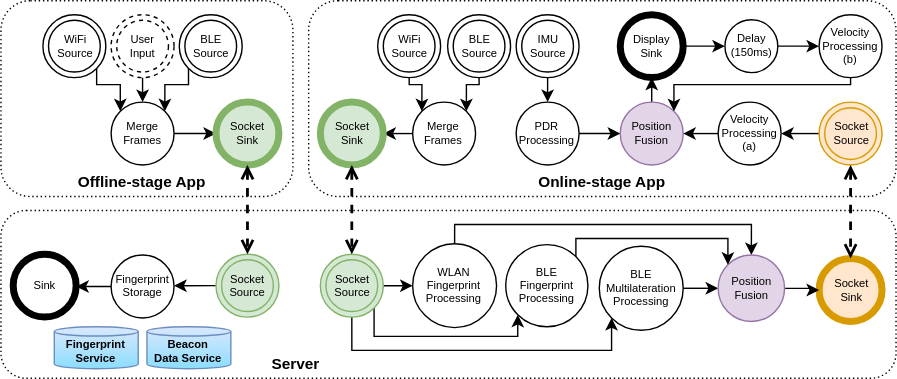
Above: slides/ipin2021/images/model.svg in OpenHPS/openhps.org (draw.io), before the change. Source tidied: cells renumbered, new cells last; positions are measured from the earlier drawing's top-left corner, leaving out a move shared by most shapes.
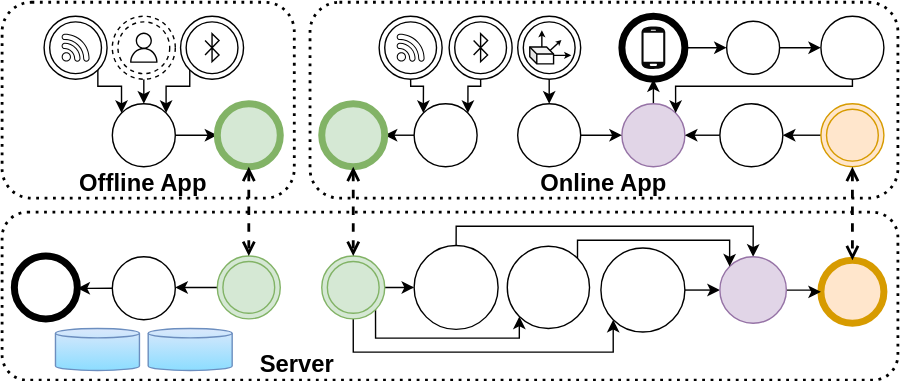
Above is the later version.

Diff of the diagram source:
```diff
@@ -4,12 +4,12 @@
     <mxCell id="1" parent="0" />
-    <mxCell id="2" style="rounded=1;whiteSpace=wrap;html=1;fontSize=8;dashed=1;fillColor=none;dashPattern=1 2;" parent="1" vertex="1">
+    <mxCell id="2" style="rounded=1;whiteSpace=wrap;html=1;fontSize=8;dashed=1;fillColor=none;dashPattern=1 2;strokeWidth=2;" parent="1" vertex="1">
       <mxGeometry y="150" width="640" height="120" as="geometry" />
     </mxCell>
-    <mxCell id="3" style="rounded=1;whiteSpace=wrap;html=1;fontSize=8;dashed=1;fillColor=none;dashPattern=1 2;" parent="1" vertex="1">
+    <mxCell id="3" style="rounded=1;whiteSpace=wrap;html=1;fontSize=8;dashed=1;fillColor=none;dashPattern=1 2;strokeWidth=2;" parent="1" vertex="1">
       <mxGeometry x="220" width="420" height="140" as="geometry" />
     </mxCell>
-    <mxCell id="4" style="rounded=1;whiteSpace=wrap;html=1;fontSize=8;dashed=1;fillColor=none;dashPattern=1 2;" parent="1" vertex="1">
+    <mxCell id="4" style="rounded=1;whiteSpace=wrap;html=1;fontSize=8;dashed=1;fillColor=none;dashPattern=1 2;strokeWidth=2;" parent="1" vertex="1">
       <mxGeometry width="208.8" height="140" as="geometry" />
     </mxCell>
-    <mxCell id="5" value="Socket&lt;br style=&quot;font-size: 8px;&quot;&gt;Sink" style="shape=ellipse;html=1;dashed=0;whitespace=wrap;strokeWidth=5;perimeter=ellipsePerimeter;fontSize=8;fillColor=#ffe6cc;strokeColor=#d79b00;" parent="1" vertex="1">
+    <mxCell id="5" style="shape=ellipse;html=1;dashed=0;whitespace=wrap;strokeWidth=5;perimeter=ellipsePerimeter;fontSize=8;fillColor=#ffe6cc;strokeColor=#d79b00;" parent="1" vertex="1">
       <mxGeometry x="585" y="184.4" width="45" height="45" as="geometry" />
@@ -19,3 +19,3 @@
     </mxCell>
-    <mxCell id="7" value="Socket&lt;br style=&quot;font-size: 8px;&quot;&gt;Source" style="ellipse;shape=doubleEllipse;html=1;dashed=0;whitespace=wrap;fontSize=8;fillColor=#d5e8d4;strokeColor=#82b366;" parent="1" vertex="1">
+    <mxCell id="7" style="ellipse;shape=doubleEllipse;html=1;dashed=0;whitespace=wrap;fontSize=8;fillColor=#d5e8d4;strokeColor=#82b366;" parent="1" vertex="1">
       <mxGeometry x="153.8" y="181.2" width="45" height="45" as="geometry" />
@@ -41,3 +41,3 @@
     </mxCell>
-    <mxCell id="11" value="Socket&lt;br style=&quot;font-size: 8px;&quot;&gt;Source" style="ellipse;shape=doubleEllipse;html=1;dashed=0;whitespace=wrap;fontSize=8;fillColor=#d5e8d4;strokeColor=#82b366;" parent="1" vertex="1">
+    <mxCell id="11" style="ellipse;shape=doubleEllipse;html=1;dashed=0;whitespace=wrap;fontSize=8;fillColor=#d5e8d4;strokeColor=#82b366;" parent="1" vertex="1">
       <mxGeometry x="228.4" y="181.2" width="45" height="45" as="geometry" />
@@ -47,3 +47,3 @@
     </mxCell>
-    <mxCell id="13" value="IMU&lt;br style=&quot;font-size: 8px;&quot;&gt;Source" style="ellipse;shape=doubleEllipse;html=1;dashed=0;whitespace=wrap;fontSize=8;" parent="1" vertex="1">
+    <mxCell id="13" style="ellipse;shape=doubleEllipse;html=1;dashed=0;whitespace=wrap;fontSize=11;" parent="1" vertex="1">
       <mxGeometry x="368.4" y="10" width="45" height="45" as="geometry" />
@@ -58,3 +58,3 @@
     </mxCell>
-    <mxCell id="15" value="WiFi&lt;br style=&quot;font-size: 8px;&quot;&gt;Source" style="ellipse;shape=doubleEllipse;html=1;dashed=0;whitespace=wrap;fontSize=8;" parent="1" vertex="1">
+    <mxCell id="15" style="ellipse;shape=doubleEllipse;html=1;dashed=0;whitespace=wrap;fontSize=11;" parent="1" vertex="1">
       <mxGeometry x="30" y="10" width="45" height="45" as="geometry" />
@@ -69,3 +69,3 @@
     </mxCell>
-    <mxCell id="17" value="BLE&lt;br style=&quot;font-size: 8px;&quot;&gt;Source" style="ellipse;shape=doubleEllipse;html=1;dashed=0;whitespace=wrap;fontSize=8;" parent="1" vertex="1">
+    <mxCell id="17" style="ellipse;shape=doubleEllipse;html=1;dashed=0;whitespace=wrap;fontSize=11;" parent="1" vertex="1">
       <mxGeometry x="127.5" y="10" width="45" height="45" as="geometry" />
@@ -75,6 +75,6 @@
     </mxCell>
-    <mxCell id="19" value="&lt;font style=&quot;font-size: 8px;&quot;&gt;Merge&lt;br style=&quot;font-size: 8px;&quot;&gt;Frames&lt;br style=&quot;font-size: 8px;&quot;&gt;&lt;/font&gt;" style="ellipse;whiteSpace=wrap;html=1;fontSize=8;" parent="1" vertex="1">
+    <mxCell id="19" value="&lt;font style=&quot;font-size: 8px&quot;&gt;&lt;br style=&quot;font-size: 8px&quot;&gt;&lt;/font&gt;" style="ellipse;whiteSpace=wrap;html=1;fontSize=8;" parent="1" vertex="1">
       <mxGeometry x="78.8" y="72.5" width="45" height="45" as="geometry" />
     </mxCell>
-    <mxCell id="20" value="Socket&lt;br style=&quot;font-size: 8px;&quot;&gt;Sink" style="shape=ellipse;html=1;dashed=0;whitespace=wrap;strokeWidth=5;perimeter=ellipsePerimeter;fontSize=8;fillColor=#d5e8d4;strokeColor=#82b366;" parent="1" vertex="1">
+    <mxCell id="20" style="shape=ellipse;html=1;dashed=0;whitespace=wrap;strokeWidth=5;perimeter=ellipsePerimeter;fontSize=8;fillColor=#d5e8d4;strokeColor=#82b366;" parent="1" vertex="1">
       <mxGeometry x="153.8" y="72.5" width="45" height="45" as="geometry" />
@@ -87,9 +87,9 @@
     </mxCell>
-    <mxCell id="23" value="&lt;font style=&quot;font-size: 8px;&quot;&gt;Fingerprint&lt;br style=&quot;font-size: 8px;&quot;&gt;Storage&lt;br style=&quot;font-size: 8px;&quot;&gt;&lt;/font&gt;" style="ellipse;whiteSpace=wrap;html=1;fontSize=8;" parent="1" vertex="1">
+    <mxCell id="23" value="&lt;font style=&quot;font-size: 8px&quot;&gt;&lt;br style=&quot;font-size: 8px&quot;&gt;&lt;/font&gt;" style="ellipse;whiteSpace=wrap;html=1;fontSize=8;" parent="1" vertex="1">
       <mxGeometry x="78.8" y="181.9" width="45" height="45" as="geometry" />
     </mxCell>
-    <mxCell id="24" value="Fingerprint&lt;br style=&quot;font-size: 8px;&quot;&gt;Service" style="shape=cylinder3;whiteSpace=wrap;html=1;boundedLbl=1;backgroundOutline=1;size=3.333343505859375;fontSize=8;strokeColor=#6c8ebf;fontStyle=1;fillColor=#DAE8FC;gradientColor=#8CDDFF;" parent="1" vertex="1">
+    <mxCell id="24" style="shape=cylinder3;whiteSpace=wrap;html=1;boundedLbl=1;backgroundOutline=1;size=3.333343505859375;fontSize=8;strokeColor=#6c8ebf;fontStyle=1;fillColor=#DAE8FC;gradientColor=#8CDDFF;" parent="1" vertex="1">
       <mxGeometry x="38.1" y="233.1" width="60" height="30" as="geometry" />
     </mxCell>
-    <mxCell id="25" value="Sink" style="shape=ellipse;html=1;dashed=0;whitespace=wrap;strokeWidth=5;perimeter=ellipsePerimeter;fontSize=8;" parent="1" vertex="1">
+    <mxCell id="25" style="shape=ellipse;html=1;dashed=0;whitespace=wrap;strokeWidth=5;perimeter=ellipsePerimeter;fontSize=8;" parent="1" vertex="1">
       <mxGeometry x="8.8" y="181.2" width="45" height="45" as="geometry" />
@@ -99,3 +99,3 @@
     </mxCell>
-    <mxCell id="27" value="User&lt;br style=&quot;font-size: 8px;&quot;&gt;Input" style="ellipse;shape=doubleEllipse;html=1;dashed=1;whitespace=wrap;fontSize=8;" parent="1" vertex="1">
+    <mxCell id="27" style="ellipse;shape=doubleEllipse;html=1;dashed=1;whitespace=wrap;fontSize=11;" parent="1" vertex="1">
       <mxGeometry x="78.8" y="10" width="45" height="45" as="geometry" />
@@ -105,3 +105,3 @@
     </mxCell>
-    <mxCell id="29" value="Socket&lt;br style=&quot;font-size: 8px;&quot;&gt;Source" style="ellipse;shape=doubleEllipse;html=1;dashed=0;whitespace=wrap;fontSize=8;fillColor=#ffe6cc;strokeColor=#d79b00;" parent="1" vertex="1">
+    <mxCell id="29" style="ellipse;shape=doubleEllipse;html=1;dashed=0;whitespace=wrap;fontSize=8;fillColor=#ffe6cc;strokeColor=#d79b00;" parent="1" vertex="1">
       <mxGeometry x="585" y="72.5" width="45" height="45" as="geometry" />
@@ -111,3 +111,3 @@
     </mxCell>
-    <mxCell id="31" value="&lt;font style=&quot;font-size: 8px;&quot;&gt;Position&lt;br style=&quot;font-size: 8px;&quot;&gt;Fusion&lt;br style=&quot;font-size: 8px;&quot;&gt;&lt;/font&gt;" style="ellipse;whiteSpace=wrap;html=1;fontSize=8;fillColor=#e1d5e7;strokeColor=#9673a6;" parent="1" vertex="1">
+    <mxCell id="31" value="&lt;font style=&quot;font-size: 11px&quot;&gt;&lt;br style=&quot;font-size: 11px&quot;&gt;&lt;/font&gt;" style="ellipse;whiteSpace=wrap;html=1;fontSize=11;fillColor=#e1d5e7;strokeColor=#9673a6;" parent="1" vertex="1">
       <mxGeometry x="442.8" y="72.5" width="45" height="45" as="geometry" />
@@ -117,3 +117,3 @@
     </mxCell>
-    <mxCell id="33" value="&lt;font style=&quot;font-size: 8px&quot;&gt;PDR&lt;br&gt;Processing&lt;br style=&quot;font-size: 8px&quot;&gt;&lt;/font&gt;" style="ellipse;whiteSpace=wrap;html=1;fontSize=8;" parent="1" vertex="1">
+    <mxCell id="33" value="&lt;font style=&quot;font-size: 11px&quot;&gt;&lt;br style=&quot;font-size: 11px&quot;&gt;&lt;/font&gt;" style="ellipse;whiteSpace=wrap;html=1;fontSize=11;" parent="1" vertex="1">
       <mxGeometry x="368.4" y="72.5" width="45" height="45" as="geometry" />
@@ -128,3 +128,3 @@
     </mxCell>
-    <mxCell id="35" value="WiFi&lt;br style=&quot;font-size: 8px;&quot;&gt;Source" style="ellipse;shape=doubleEllipse;html=1;dashed=0;whitespace=wrap;fontSize=8;" parent="1" vertex="1">
+    <mxCell id="35" style="ellipse;shape=doubleEllipse;html=1;dashed=0;whitespace=wrap;fontSize=11;" parent="1" vertex="1">
       <mxGeometry x="269.4" y="10" width="45" height="45" as="geometry" />
@@ -139,3 +139,3 @@
     </mxCell>
-    <mxCell id="37" value="BLE&lt;br style=&quot;font-size: 8px;&quot;&gt;Source" style="ellipse;shape=doubleEllipse;html=1;dashed=0;whitespace=wrap;fontSize=8;" parent="1" vertex="1">
+    <mxCell id="37" style="ellipse;shape=doubleEllipse;html=1;dashed=0;whitespace=wrap;fontSize=11;" parent="1" vertex="1">
       <mxGeometry x="319.4" y="10" width="45" height="45" as="geometry" />
@@ -145,6 +145,6 @@
     </mxCell>
-    <mxCell id="39" value="&lt;font style=&quot;font-size: 8px;&quot;&gt;Merge&lt;br style=&quot;font-size: 8px;&quot;&gt;Frames&lt;br style=&quot;font-size: 8px;&quot;&gt;&lt;/font&gt;" style="ellipse;whiteSpace=wrap;html=1;fontSize=8;" parent="1" vertex="1">
+    <mxCell id="39" value="&lt;font style=&quot;font-size: 8px&quot;&gt;&lt;br style=&quot;font-size: 8px&quot;&gt;&lt;/font&gt;" style="ellipse;whiteSpace=wrap;html=1;fontSize=8;" parent="1" vertex="1">
       <mxGeometry x="294.4" y="72.5" width="45" height="45" as="geometry" />
     </mxCell>
-    <mxCell id="40" value="Socket&lt;br style=&quot;font-size: 8px;&quot;&gt;Sink" style="shape=ellipse;html=1;dashed=0;whitespace=wrap;strokeWidth=5;perimeter=ellipsePerimeter;fontSize=8;fillColor=#d5e8d4;strokeColor=#82b366;" parent="1" vertex="1">
+    <mxCell id="40" style="shape=ellipse;html=1;dashed=0;whitespace=wrap;strokeWidth=5;perimeter=ellipsePerimeter;fontSize=8;fillColor=#d5e8d4;strokeColor=#82b366;" parent="1" vertex="1">
       <mxGeometry x="228.4" y="72.5" width="45" height="45" as="geometry" />
@@ -165,3 +165,3 @@
     </mxCell>
-    <mxCell id="44" value="&lt;font style=&quot;font-size: 8px;&quot;&gt;WLAN Fingerprint&lt;br style=&quot;font-size: 8px;&quot;&gt;Processing&lt;br style=&quot;font-size: 8px;&quot;&gt;&lt;/font&gt;" style="ellipse;whiteSpace=wrap;html=1;fontSize=8;" parent="1" vertex="1">
+    <mxCell id="44" value="&lt;font style=&quot;font-size: 11px&quot;&gt;&lt;br style=&quot;font-size: 11px&quot;&gt;&lt;/font&gt;" style="ellipse;whiteSpace=wrap;html=1;fontSize=11;" parent="1" vertex="1">
       <mxGeometry x="294.4" y="173.8" width="60" height="60" as="geometry" />
@@ -171,3 +171,3 @@
     </mxCell>
-    <mxCell id="46" value="&lt;font style=&quot;font-size: 8px;&quot;&gt;BLE&lt;br style=&quot;font-size: 8px;&quot;&gt;Multilateration&lt;br style=&quot;font-size: 8px;&quot;&gt;Processing&lt;br style=&quot;font-size: 8px;&quot;&gt;&lt;/font&gt;" style="ellipse;whiteSpace=wrap;html=1;fontSize=8;" parent="1" vertex="1">
+    <mxCell id="46" value="&lt;font style=&quot;font-size: 11px&quot;&gt;&lt;br style=&quot;font-size: 11px&quot;&gt;&lt;/font&gt;" style="ellipse;whiteSpace=wrap;html=1;fontSize=11;" parent="1" vertex="1">
       <mxGeometry x="427.8" y="175.6" width="60" height="60" as="geometry" />
@@ -177,3 +177,3 @@
     </mxCell>
-    <mxCell id="48" value="&lt;font style=&quot;font-size: 8px;&quot;&gt;Position&lt;br style=&quot;font-size: 8px;&quot;&gt;Fusion&lt;br style=&quot;font-size: 8px;&quot;&gt;&lt;/font&gt;" style="ellipse;whiteSpace=wrap;html=1;fontSize=8;fillColor=#e1d5e7;strokeColor=#9673a6;" parent="1" vertex="1">
+    <mxCell id="48" value="&lt;font style=&quot;font-size: 11px&quot;&gt;&lt;br style=&quot;font-size: 11px&quot;&gt;&lt;/font&gt;" style="ellipse;whiteSpace=wrap;html=1;fontSize=11;fillColor=#e1d5e7;strokeColor=#9673a6;" parent="1" vertex="1">
       <mxGeometry x="512.8" y="181.9" width="47.5" height="47.5" as="geometry" />
@@ -188,3 +188,3 @@
     </mxCell>
-    <mxCell id="50" value="&lt;font style=&quot;font-size: 8px;&quot;&gt;BLE&lt;br style=&quot;font-size: 8px;&quot;&gt;Fingerprint&lt;br style=&quot;font-size: 8px;&quot;&gt;Processing&lt;br style=&quot;font-size: 8px;&quot;&gt;&lt;/font&gt;" style="ellipse;whiteSpace=wrap;html=1;fontSize=8;" parent="1" vertex="1">
+    <mxCell id="50" value="&lt;font style=&quot;font-size: 11px&quot;&gt;&lt;br style=&quot;font-size: 11px&quot;&gt;&lt;/font&gt;" style="ellipse;whiteSpace=wrap;html=1;fontSize=11;" parent="1" vertex="1">
       <mxGeometry x="360.9" y="174.4" width="58.8" height="58.8" as="geometry" />
@@ -194,12 +194,12 @@
     </mxCell>
-    <mxCell id="52" value="Display&lt;br&gt;Sink" style="shape=ellipse;html=1;dashed=0;whitespace=wrap;strokeWidth=5;perimeter=ellipsePerimeter;fontSize=8;" parent="1" vertex="1">
+    <mxCell id="52" style="shape=ellipse;html=1;dashed=0;whitespace=wrap;strokeWidth=5;perimeter=ellipsePerimeter;fontSize=11;" parent="1" vertex="1">
       <mxGeometry x="442.8" y="10" width="45" height="45" as="geometry" />
     </mxCell>
-    <mxCell id="53" value="Server" style="text;html=1;strokeColor=none;fillColor=none;align=center;verticalAlign=middle;whiteSpace=wrap;rounded=0;dashed=1;dashPattern=1 2;fontStyle=1;fontSize=11;" parent="1" vertex="1">
+    <mxCell id="53" value="Server" style="text;html=1;strokeColor=none;fillColor=none;align=center;verticalAlign=middle;whiteSpace=wrap;rounded=0;dashed=1;dashPattern=1 2;fontStyle=1;fontSize=17;" parent="1" vertex="1">
       <mxGeometry x="191.4" y="250" width="40" height="20" as="geometry" />
     </mxCell>
-    <mxCell id="54" value="Offline-stage App" style="text;html=1;strokeColor=none;fillColor=none;align=center;verticalAlign=middle;whiteSpace=wrap;rounded=0;dashed=1;dashPattern=1 2;fontStyle=1;fontSize=11;" parent="1" vertex="1">
+    <mxCell id="54" value="Offline App" style="text;html=1;strokeColor=none;fillColor=none;align=center;verticalAlign=middle;whiteSpace=wrap;rounded=0;dashed=1;dashPattern=1 2;fontStyle=1;fontSize=17;" parent="1" vertex="1">
       <mxGeometry x="50.3" y="120" width="101.9" height="20" as="geometry" />
     </mxCell>
-    <mxCell id="55" value="Online-stage App" style="text;html=1;strokeColor=none;fillColor=none;align=center;verticalAlign=middle;whiteSpace=wrap;rounded=0;dashed=1;dashPattern=1 2;fontStyle=1;fontSize=11;" parent="1" vertex="1">
+    <mxCell id="55" value="Online App" style="text;html=1;strokeColor=none;fillColor=none;align=center;verticalAlign=middle;whiteSpace=wrap;rounded=0;dashed=1;dashPattern=1 2;fontStyle=1;fontSize=17;" parent="1" vertex="1">
       <mxGeometry x="379.1" y="120" width="101.9" height="20" as="geometry" />
@@ -214,6 +214,6 @@
     </mxCell>
-    <mxCell id="57" value="&lt;font style=&quot;font-size: 8px&quot;&gt;Velocity&lt;br&gt;Processing&lt;br&gt;(b)&lt;br style=&quot;font-size: 8px&quot;&gt;&lt;/font&gt;" style="ellipse;whiteSpace=wrap;html=1;fontSize=8;" parent="1" vertex="1">
+    <mxCell id="57" value="&lt;font style=&quot;font-size: 8px&quot;&gt;&lt;br style=&quot;font-size: 8px&quot;&gt;&lt;/font&gt;" style="ellipse;whiteSpace=wrap;html=1;fontSize=8;" parent="1" vertex="1">
       <mxGeometry x="585" y="10" width="45" height="45" as="geometry" />
     </mxCell>
-    <mxCell id="58" value="Beacon&lt;br&gt;Data Service" style="shape=cylinder3;whiteSpace=wrap;html=1;boundedLbl=1;backgroundOutline=1;size=3.333343505859375;fontSize=8;strokeColor=#6c8ebf;fontStyle=1;fillColor=#DAE8FC;gradientColor=#8CDDFF;" parent="1" vertex="1">
+    <mxCell id="58" style="shape=cylinder3;whiteSpace=wrap;html=1;boundedLbl=1;backgroundOutline=1;size=3.333343505859375;fontSize=8;strokeColor=#6c8ebf;fontStyle=1;fillColor=#DAE8FC;gradientColor=#8CDDFF;" parent="1" vertex="1">
       <mxGeometry x="104.4" y="233.1" width="60" height="30" as="geometry" />
@@ -223,3 +223,3 @@
     </mxCell>
-    <mxCell id="60" value="&lt;font style=&quot;font-size: 8px&quot;&gt;Velocity&lt;br&gt;Processing&lt;br&gt;(a)&lt;br style=&quot;font-size: 8px&quot;&gt;&lt;/font&gt;" style="ellipse;whiteSpace=wrap;html=1;fontSize=8;" parent="1" vertex="1">
+    <mxCell id="60" value="&lt;font style=&quot;font-size: 8px&quot;&gt;&lt;br style=&quot;font-size: 8px&quot;&gt;&lt;/font&gt;" style="ellipse;whiteSpace=wrap;html=1;fontSize=8;" parent="1" vertex="1">
       <mxGeometry x="512.8" y="72.5" width="45" height="45" as="geometry" />
@@ -229,5 +229,49 @@
     </mxCell>
-    <mxCell id="62" value="&lt;font style=&quot;font-size: 8px&quot;&gt;Delay&lt;br&gt;(150ms)&lt;br style=&quot;font-size: 8px&quot;&gt;&lt;/font&gt;" style="ellipse;whiteSpace=wrap;html=1;fontSize=8;" parent="1" vertex="1">
+    <mxCell id="62" value="&lt;font style=&quot;font-size: 8px&quot;&gt;&lt;br style=&quot;font-size: 8px&quot;&gt;&lt;/font&gt;" style="ellipse;whiteSpace=wrap;html=1;fontSize=8;" parent="1" vertex="1">
       <mxGeometry x="517.7" y="13.6" width="37.8" height="37.8" as="geometry" />
     </mxCell>
+    <mxCell id="63" style="sketch=0;shadow=0;dashed=0;html=1;strokeColor=none;fillColor=#050505;labelPosition=center;verticalLabelPosition=bottom;verticalAlign=top;align=center;shape=mxgraph.vvd.wi_fi;fontSize=17;strokeWidth=0.1;" parent="1" vertex="1">
+      <mxGeometry x="42.5" y="22.5" width="20" height="20" as="geometry" />
+    </mxCell>
+    <mxCell id="64" style="sketch=0;fontColor=#232F3E;gradientColor=none;strokeColor=default;fillColor=none;dashed=0;verticalLabelPosition=bottom;verticalAlign=top;align=center;html=1;fontSize=12;fontStyle=0;shape=mxgraph.aws4.resourceIcon;resIcon=mxgraph.aws4.user;" parent="1" vertex="1">
+      <mxGeometry x="87.8" y="19" width="27" height="27" as="geometry" />
+    </mxCell>
+    <mxCell id="65" style="html=1;verticalLabelPosition=bottom;align=center;labelBackgroundColor=#ffffff;verticalAlign=top;strokeWidth=1;strokeColor=#000000;shadow=0;dashed=0;shape=mxgraph.ios7.icons.bluetooth;fontSize=17;fillColor=none;" parent="1" vertex="1">
+      <mxGeometry x="145" y="22.5" width="10" height="20" as="geometry" />
+    </mxCell>
+    <mxCell id="66" style="html=1;verticalLabelPosition=bottom;align=center;labelBackgroundColor=#ffffff;verticalAlign=top;strokeWidth=1;strokeColor=#000000;shadow=0;dashed=0;shape=mxgraph.ios7.icons.bluetooth;fontSize=17;fillColor=none;" parent="1" vertex="1">
+      <mxGeometry x="336.9" y="22.5" width="10" height="20" as="geometry" />
+    </mxCell>
+    <mxCell id="67" style="sketch=0;shadow=0;dashed=0;html=1;strokeColor=none;fillColor=#000000;labelPosition=center;verticalLabelPosition=bottom;verticalAlign=top;align=center;shape=mxgraph.vvd.wi_fi;fontSize=17;strokeWidth=0.1;" parent="1" vertex="1">
+      <mxGeometry x="281.9" y="22.5" width="20" height="20" as="geometry" />
+    </mxCell>
+    <mxCell id="68" style="sketch=0;shadow=0;dashed=0;html=1;strokeColor=none;fillColor=#080808;labelPosition=center;verticalLabelPosition=bottom;verticalAlign=top;align=center;shape=mxgraph.office.devices.cell_phone_android_proportional;fontSize=11;" parent="1" vertex="1">
+      <mxGeometry x="456.8" y="17" width="17" height="31" as="geometry" />
+    </mxCell>
+    <mxCell id="69" style="group;" parent="1" vertex="1">
+      <mxGeometry x="377" y="20" width="27" height="24" as="geometry" />
+    </mxCell>
+    <mxCell id="70" style="endArrow=classic;html=1;rounded=0;fontSize=11;startSize=15;endSize=2;strokeWidth=1;" parent="69" edge="1">
+      <mxGeometry relative="1" as="geometry">
+        <mxPoint x="8.6" y="12" as="sourcePoint" />
+        <mxPoint x="8.6" as="targetPoint" />
+      </mxGeometry>
+    </mxCell>
+    <mxCell id="71" style="endArrow=classic;html=1;rounded=0;fontSize=11;startSize=15;endSize=2;strokeWidth=1;" parent="69" edge="1">
+      <mxGeometry relative="1" as="geometry">
+        <mxPoint x="17" y="17.9" as="sourcePoint" />
+        <mxPoint x="29.6" y="17.9" as="targetPoint" />
+        <Array as="points">
+          <mxPoint x="27" y="17.9" />
+        </Array>
+      </mxGeometry>
+    </mxCell>
+    <mxCell id="72" style="shape=cube;whiteSpace=wrap;html=1;boundedLbl=1;backgroundOutline=1;darkOpacity=0.05;darkOpacity2=0.1;fontSize=11;strokeColor=default;strokeWidth=1;fillColor=none;size=5;spacing=0;" parent="69" vertex="1">
+      <mxGeometry y="12" width="17" height="12" as="geometry" />
+    </mxCell>
+    <mxCell id="73" style="endArrow=classic;html=1;rounded=0;fontSize=11;startSize=10;endSize=1;strokeWidth=1;exitX=0;exitY=0;exitDx=14.5;exitDy=2.5;exitPerimeter=0;jumpSize=4;" parent="69" edge="1" source="72">
+      <mxGeometry relative="1" as="geometry">
+        <mxPoint x="22.6" y="7" as="targetPoint" />
+      </mxGeometry>
+    </mxCell>
   </root>
```
